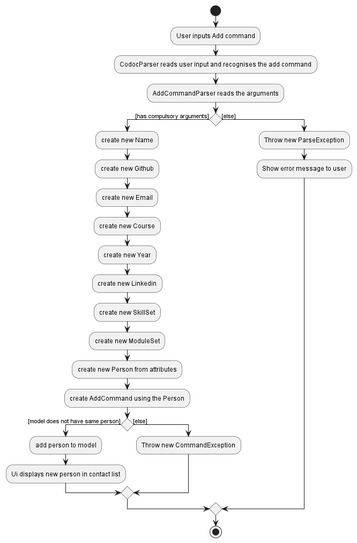
nus-cs2103-AY2223S2/tp keeps this PlantUML diagram as docs/images/AddActivityDiagram.png. Above is the earlier version.
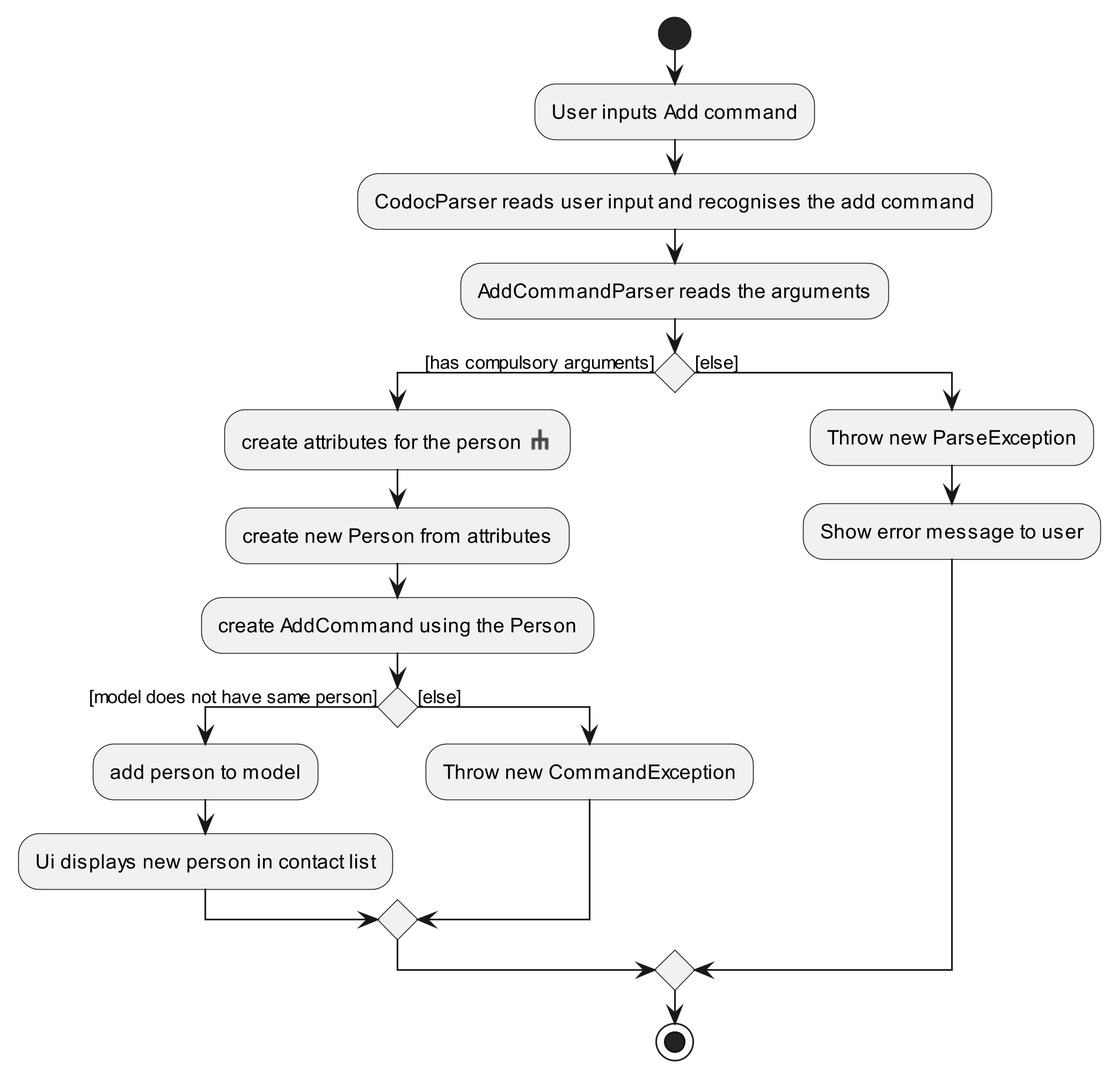
Later version of the same file.

What changed in the source:
```diff
@@ -1,4 +1,5 @@
 @startuml
+!include style.puml
 start
 :User inputs Add command;
 :CodocParser reads user input and recognises the add command;
@@ -6,14 +7,7 @@
 
 
 if () then ([has compulsory arguments])
-    :create new Name;
-    :create new Github;
-    :create new Email;
-    :create new Course;
-    :create new Year;
-    :create new Linkedin;
-    :create new SkillSet;
-    :create new ModuleSet;
+    :create attributes for the person <$rake>;
     :create new Person from attributes;
     :create AddCommand using the Person;
     if () then ([model does not have same person])
```
